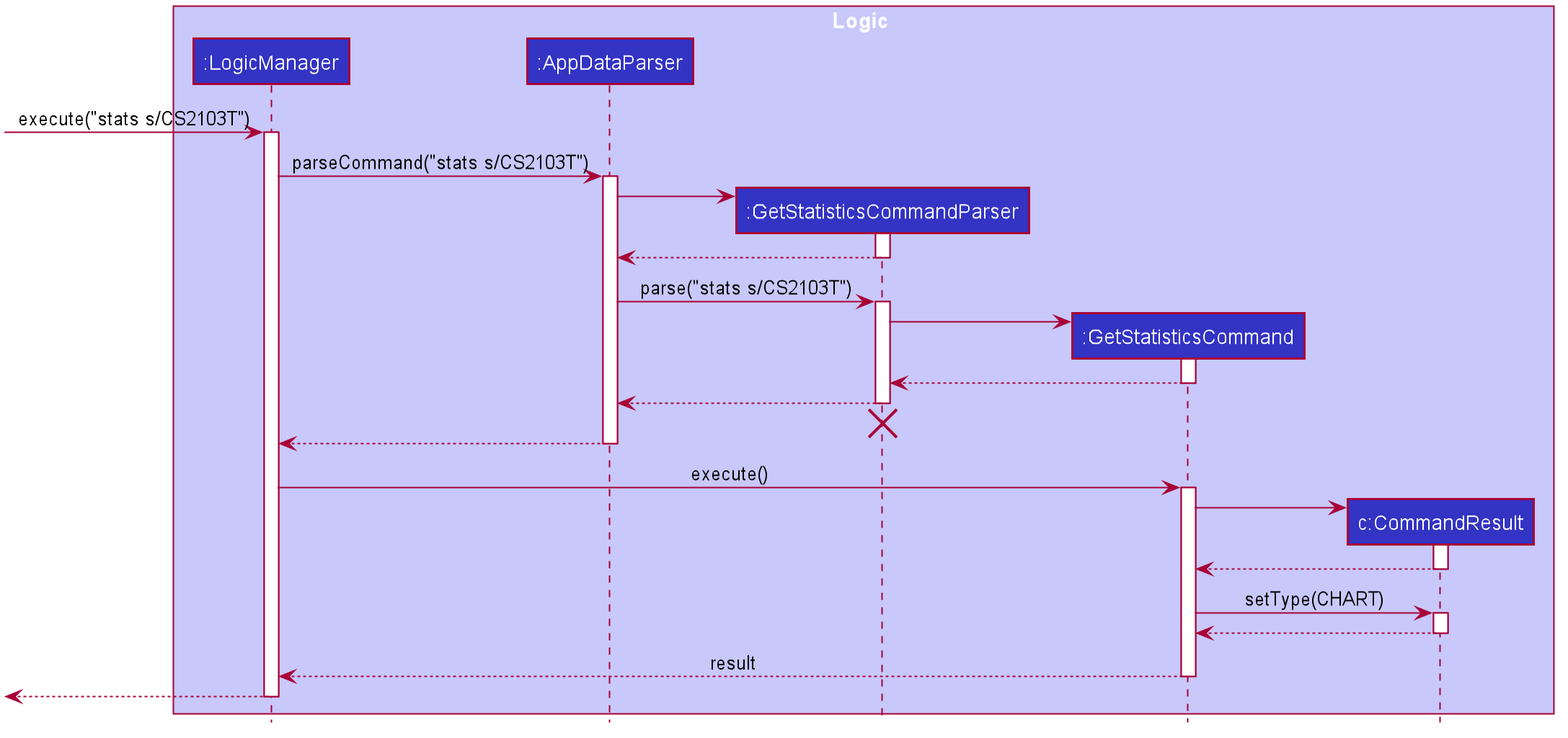
The PlantUML diagram docs/images/StatisticsSequenceDiagram.png in nus-cs2103-AY1920S1/addressbook-level3, before a commit. The source it was exported from:
```plantuml
@startuml








skinparam BackgroundColor #FFFFFFF

skinparam Shadowing false

skinparam Class {
    FontColor #FFFFFF
    BorderThickness 1
    BorderColor #FFFFFF
    StereotypeFontColor #FFFFFF
    FontName Arial
}

skinparam Actor {
    BorderColor #000000
    Color #000000
    FontName Arial
}

skinparam Sequence {
    MessageAlign center
    BoxFontSize 15
    BoxPadding 0
    BoxFontColor #FFFFFF
    FontName Arial
}

skinparam Participant {
    FontColor #FFFFFFF
    Padding 20
}

skinparam MinClassWidth 50
skinparam ParticipantPadding 10
skinparam Shadowing false
skinparam DefaultTextAlignment center
skinparam packageStyle Rectangle

hide footbox
hide members
hide circle

box Logic #C8C8FA
participant ":LogicManager" as LogicManager #3333C4
participant ":AppDataParser" as AppDataParser #3333C4
participant ":GetStatisticsCommandParser" as GetStatisticsCommandParser #3333C4
participant ":GetStatisticsCommand" as GetStatisticsCommand #3333C4
participant "c:CommandResult" as CommandResult #3333C4
end box

[-> LogicManager : execute("stats s/CS2103T")
activate LogicManager

LogicManager -> AppDataParser : parseCommand("stats s/CS2103T")
activate AppDataParser

create GetStatisticsCommandParser
AppDataParser -> GetStatisticsCommandParser
activate GetStatisticsCommandParser

GetStatisticsCommandParser --> AppDataParser
deactivate GetStatisticsCommandParser

AppDataParser -> GetStatisticsCommandParser : parse("stats s/CS2103T")
activate GetStatisticsCommandParser

create GetStatisticsCommand
GetStatisticsCommandParser -> GetStatisticsCommand
activate GetStatisticsCommand

GetStatisticsCommand --> GetStatisticsCommandParser
deactivate GetStatisticsCommand

GetStatisticsCommandParser --> AppDataParser
deactivate GetStatisticsCommandParser
GetStatisticsCommandParser -[hidden]-> AppDataParser
destroy GetStatisticsCommandParser

AppDataParser --> LogicManager
deactivate AppDataParser

LogicManager -> GetStatisticsCommand : execute()
activate GetStatisticsCommand

create CommandResult
GetStatisticsCommand -> CommandResult
activate CommandResult

CommandResult --> GetStatisticsCommand
deactivate CommandResult

GetStatisticsCommand -> CommandResult : setType(CHART)
activate CommandResult

CommandResult --> GetStatisticsCommand
deactivate CommandResult

GetStatisticsCommand --> LogicManager : result
deactivate GetStatisticsCommand

[<--LogicManager
deactivate LogicManager
@enduml
```
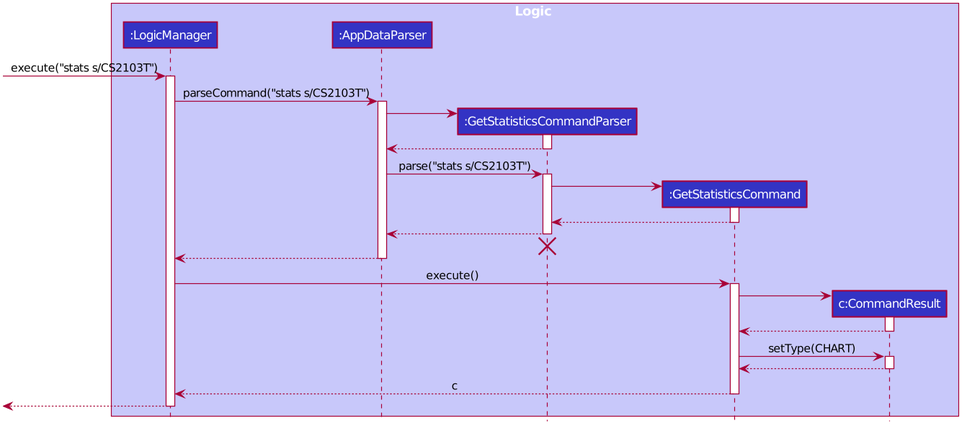
Above is the later version.

What changed in the source:
```diff
@@ -103,7 +103,7 @@
 CommandResult --> GetStatisticsCommand
 deactivate CommandResult
 
-GetStatisticsCommand --> LogicManager : result
+GetStatisticsCommand --> LogicManager : c
 deactivate GetStatisticsCommand
 
 [<--LogicManager
```
